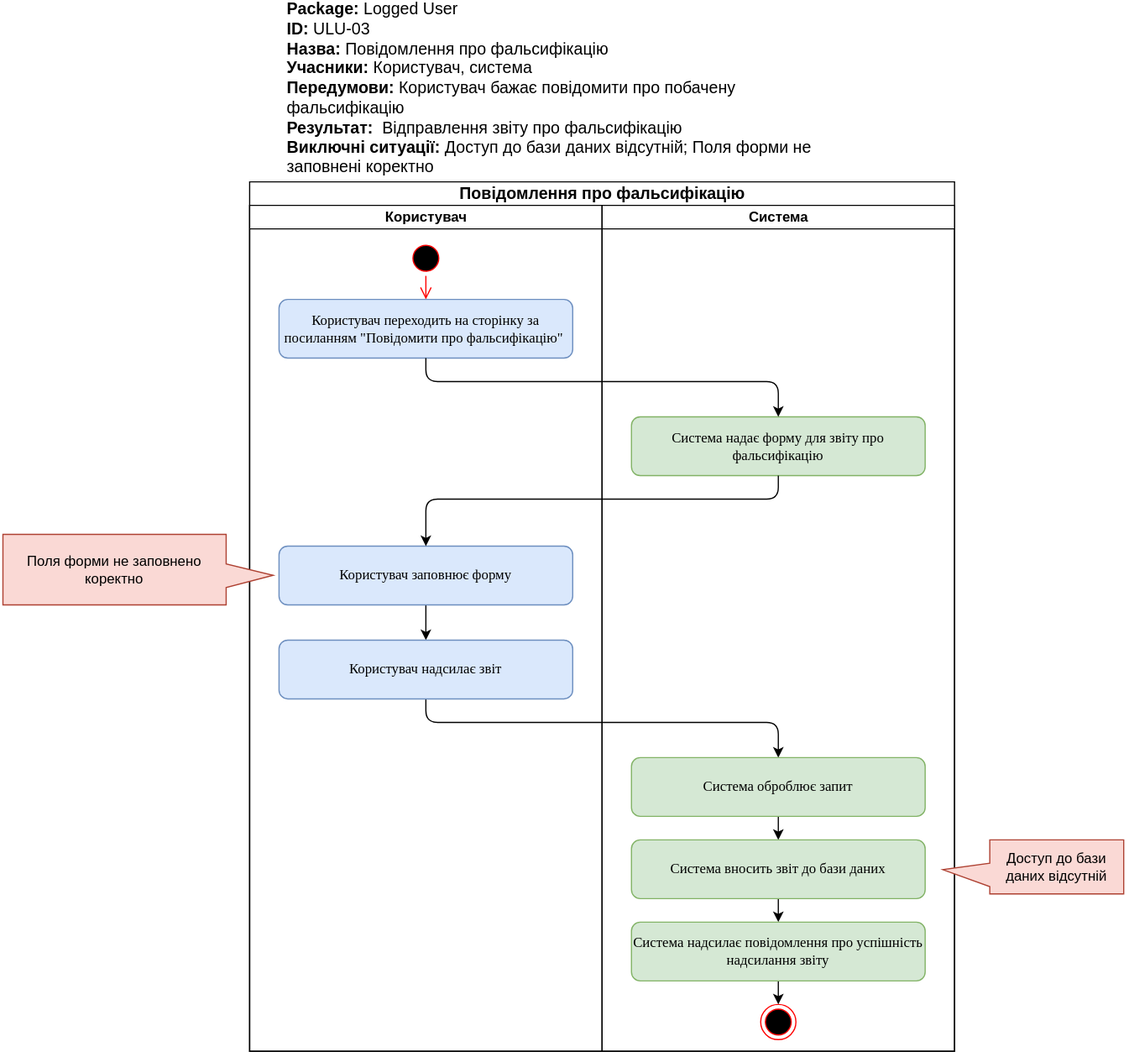
Before: documentation/UMLDiagrams/src/ULU-03_FalsificationReport.svg, a diagram exported from draw.io (Scopics/Voting-system). Source tidied: cells renumbered, new cells last; positions are measured from the earlier drawing's top-left corner, leaving out a move shared by most shapes.
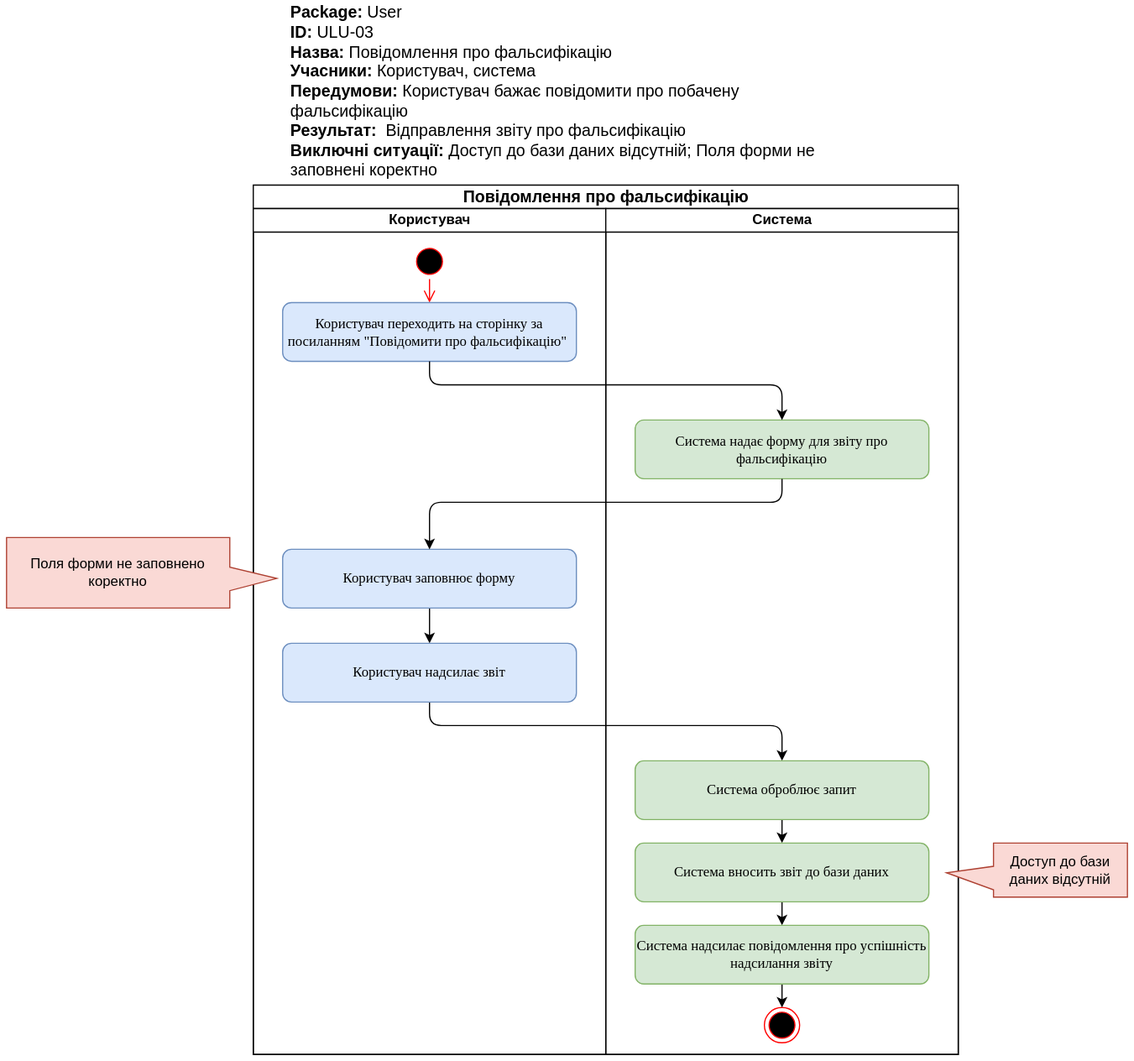
The same diagram one commit later.

Commit message:
Update UML Diagrams

What changed in the source:
```diff
@@ -78,7 +78,7 @@
         </Array>
       </mxGeometry>
     </mxCell>
-    <mxCell id="22" value="&lt;b style=&quot;background-color: rgb(255 , 255 , 255) ; font-size: 14px&quot;&gt;Package:&amp;nbsp;&lt;/b&gt;&lt;span style=&quot;text-align: center&quot;&gt;&lt;font style=&quot;font-size: 14px&quot;&gt;Logged User&lt;/font&gt;&lt;/span&gt;&lt;br style=&quot;background-color: rgb(255 , 255 , 255) ; font-size: 14px&quot;&gt;&lt;b style=&quot;background-color: rgb(255 , 255 , 255) ; font-size: 14px&quot;&gt;ID: &lt;/b&gt;&lt;span style=&quot;background-color: rgb(255 , 255 , 255) ; font-size: 14px&quot;&gt;ULU&lt;/span&gt;&lt;span style=&quot;background-color: rgb(255 , 255 , 255) ; font-size: 14px&quot;&gt;-03&lt;/span&gt;&lt;br style=&quot;background-color: rgb(255 , 255 , 255) ; font-size: 14px&quot;&gt;&lt;b style=&quot;background-color: rgb(255 , 255 , 255) ; font-size: 14px&quot;&gt;Назва: &lt;/b&gt;&lt;span style=&quot;background-color: rgb(255 , 255 , 255) ; font-size: 14px&quot;&gt;Повідомлення про фальсифікацію&lt;/span&gt;&lt;br style=&quot;background-color: rgb(255 , 255 , 255) ; font-size: 14px&quot;&gt;&lt;b style=&quot;background-color: rgb(255 , 255 , 255) ; font-size: 14px&quot;&gt;Учасники: &lt;/b&gt;&lt;span style=&quot;background-color: rgb(255 , 255 , 255) ; font-size: 14px&quot;&gt;Користувач, система&lt;/span&gt;&lt;br style=&quot;background-color: rgb(255 , 255 , 255) ; font-size: 14px&quot;&gt;&lt;b style=&quot;background-color: rgb(255 , 255 , 255) ; font-size: 14px&quot;&gt;Передумови:&amp;nbsp;&lt;/b&gt;&lt;span style=&quot;background-color: rgb(255 , 255 , 255)&quot;&gt;Користувач бажає повідомити про побачену фальсифікацію&lt;/span&gt;&lt;b style=&quot;background-color: rgb(255 , 255 , 255) ; font-size: 14px&quot;&gt;&lt;br style=&quot;font-size: 14px&quot;&gt;Результат:&amp;nbsp; &lt;/b&gt;&lt;span style=&quot;background-color: rgb(255 , 255 , 255) ; font-size: 14px&quot;&gt;Відправлення звіту про фальсифікацію&lt;/span&gt;&lt;br style=&quot;background-color: rgb(255 , 255 , 255) ; font-size: 14px&quot;&gt;&lt;b style=&quot;background-color: rgb(255 , 255 , 255) ; font-size: 14px&quot;&gt;Виключні ситуації:&amp;nbsp;&lt;/b&gt;&lt;span style=&quot;background-color: rgb(255 , 255 , 255) ; font-size: 14px&quot;&gt;Д&lt;/span&gt;&lt;span style=&quot;background-color: rgb(255 , 255 , 255) ; font-size: 14px&quot;&gt;оступ до бази даних відсутній; П&lt;/span&gt;&lt;font style=&quot;font-size: 14px&quot;&gt;&lt;span style=&quot;text-align: center&quot;&gt;оля форми не заповнені коректно&lt;/span&gt;&lt;/font&gt;" style="text;html=1;strokeColor=none;fillColor=none;align=left;verticalAlign=middle;whiteSpace=wrap;rounded=0;fontSize=14;" parent="1" vertex="1">
+    <mxCell id="22" value="&lt;b style=&quot;background-color: rgb(255 , 255 , 255) ; font-size: 14px&quot;&gt;Package:&amp;nbsp;&lt;/b&gt;&lt;span style=&quot;text-align: center&quot;&gt;&lt;font style=&quot;font-size: 14px&quot;&gt;User&lt;/font&gt;&lt;/span&gt;&lt;br style=&quot;background-color: rgb(255 , 255 , 255) ; font-size: 14px&quot;&gt;&lt;b style=&quot;background-color: rgb(255 , 255 , 255) ; font-size: 14px&quot;&gt;ID: &lt;/b&gt;&lt;span style=&quot;background-color: rgb(255 , 255 , 255) ; font-size: 14px&quot;&gt;ULU&lt;/span&gt;&lt;span style=&quot;background-color: rgb(255 , 255 , 255) ; font-size: 14px&quot;&gt;-03&lt;/span&gt;&lt;br style=&quot;background-color: rgb(255 , 255 , 255) ; font-size: 14px&quot;&gt;&lt;b style=&quot;background-color: rgb(255 , 255 , 255) ; font-size: 14px&quot;&gt;Назва: &lt;/b&gt;&lt;span style=&quot;background-color: rgb(255 , 255 , 255) ; font-size: 14px&quot;&gt;Повідомлення про фальсифікацію&lt;/span&gt;&lt;br style=&quot;background-color: rgb(255 , 255 , 255) ; font-size: 14px&quot;&gt;&lt;b style=&quot;background-color: rgb(255 , 255 , 255) ; font-size: 14px&quot;&gt;Учасники: &lt;/b&gt;&lt;span style=&quot;background-color: rgb(255 , 255 , 255) ; font-size: 14px&quot;&gt;Користувач, система&lt;/span&gt;&lt;br style=&quot;background-color: rgb(255 , 255 , 255) ; font-size: 14px&quot;&gt;&lt;b style=&quot;background-color: rgb(255 , 255 , 255) ; font-size: 14px&quot;&gt;Передумови:&amp;nbsp;&lt;/b&gt;&lt;span style=&quot;background-color: rgb(255 , 255 , 255)&quot;&gt;Користувач бажає повідомити про побачену фальсифікацію&lt;/span&gt;&lt;b style=&quot;background-color: rgb(255 , 255 , 255) ; font-size: 14px&quot;&gt;&lt;br style=&quot;font-size: 14px&quot;&gt;Результат:&amp;nbsp; &lt;/b&gt;&lt;span style=&quot;background-color: rgb(255 , 255 , 255) ; font-size: 14px&quot;&gt;Відправлення звіту про фальсифікацію&lt;/span&gt;&lt;br style=&quot;background-color: rgb(255 , 255 , 255) ; font-size: 14px&quot;&gt;&lt;b style=&quot;background-color: rgb(255 , 255 , 255) ; font-size: 14px&quot;&gt;Виключні ситуації:&amp;nbsp;&lt;/b&gt;&lt;span style=&quot;background-color: rgb(255 , 255 , 255) ; font-size: 14px&quot;&gt;Д&lt;/span&gt;&lt;span style=&quot;background-color: rgb(255 , 255 , 255) ; font-size: 14px&quot;&gt;оступ до бази даних відсутній; П&lt;/span&gt;&lt;font style=&quot;font-size: 14px&quot;&gt;&lt;span style=&quot;text-align: center&quot;&gt;оля форми не заповнені коректно&lt;/span&gt;&lt;/font&gt;" style="text;html=1;strokeColor=none;fillColor=none;align=left;verticalAlign=middle;whiteSpace=wrap;rounded=0;fontSize=14;" parent="1" vertex="1">
       <mxGeometry x="240" width="480" height="140" as="geometry" />
     </mxCell>
     <mxCell id="23" value="Доступ до бази даних відсутній" style="shape=callout;whiteSpace=wrap;html=1;perimeter=calloutPerimeter;direction=south;base=20;size=40;position=0.43;position2=0.55;fillColor=#fad9d5;strokeColor=#ae4132;" parent="1" vertex="1">
```
